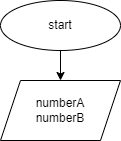
PolinaKulikova/First_Homework keeps this draw.io diagram as Task_1/diagram1.drawio.png. Above is the earlier version. Source tidied: cells renumbered, new cells last; positions are measured from the earlier drawing's top-left corner, leaving out a move shared by most shapes. The source it was exported from:
```xml
<mxGraphModel>
  <root>
    <mxCell id="0" />
    <mxCell id="1" parent="0" />
    <mxCell id="2" style="edgeStyle=none;html=1;" parent="1" edge="1" source="3" target="4">
      <mxGeometry relative="1" as="geometry" />
    </mxCell>
    <mxCell id="3" value="start" style="ellipse;whiteSpace=wrap;html=1;" parent="1" vertex="1">
      <mxGeometry width="120" height="50" as="geometry" />
    </mxCell>
    <mxCell id="4" value="numberA&lt;br&gt;numberB" style="shape=parallelogram;perimeter=parallelogramPerimeter;whiteSpace=wrap;html=1;fixedSize=1;" parent="1" vertex="1">
      <mxGeometry y="80" width="120" height="60" as="geometry" />
    </mxCell>
  </root>
</mxGraphModel>
```
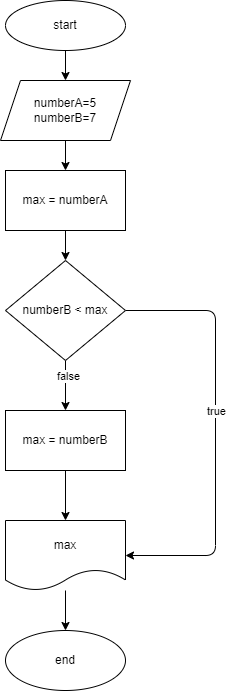
Later version of the same file.

Commit message:
Диаграмма готова1

The edit, as a diff of the source:
```diff
@@ -8,8 +8,52 @@
     <mxCell id="3" value="start" style="ellipse;whiteSpace=wrap;html=1;" parent="1" vertex="1">
       <mxGeometry width="120" height="50" as="geometry" />
     </mxCell>
+    <mxCell id="5" style="edgeStyle=none;html=1;" parent="1" edge="1" source="4" target="7">
+      <mxGeometry relative="1" as="geometry" />
+    </mxCell>
-    <mxCell id="4" value="numberA&lt;br&gt;numberB" style="shape=parallelogram;perimeter=parallelogramPerimeter;whiteSpace=wrap;html=1;fixedSize=1;" parent="1" vertex="1">
-      <mxGeometry y="80" width="120" height="60" as="geometry" />
+    <mxCell id="4" value="numberA=5&lt;br&gt;numberB=7" style="shape=parallelogram;perimeter=parallelogramPerimeter;whiteSpace=wrap;html=1;fixedSize=1;" parent="1" vertex="1">
+      <mxGeometry x="-5" y="80" width="130" height="60" as="geometry" />
     </mxCell>
+    <mxCell id="6" style="edgeStyle=none;html=1;" parent="1" edge="1" source="7" target="12">
+      <mxGeometry relative="1" as="geometry" />
+    </mxCell>
+    <mxCell id="7" value="max = numberA" style="whiteSpace=wrap;html=1;" parent="1" vertex="1">
+      <mxGeometry y="170" width="120" height="60" as="geometry" />
+    </mxCell>
+    <mxCell id="8" style="edgeStyle=none;html=1;" parent="1" edge="1" source="12" target="16">
+      <mxGeometry relative="1" as="geometry" />
+    </mxCell>
+    <mxCell id="9" value="false" style="edgeLabel;html=1;align=center;verticalAlign=middle;" parent="8" vertex="1">
+      <mxGeometry x="-0.41" y="2" relative="1" as="geometry" />
+    </mxCell>
+    <mxCell id="10" style="edgeStyle=none;html=1;entryX=1;entryY=0.5;entryDx=0;entryDy=0;" parent="1" edge="1" source="12" target="14">
+      <mxGeometry relative="1" as="geometry">
+        <Array as="points">
+          <mxPoint x="210" y="310" />
+          <mxPoint x="210" y="555" />
+        </Array>
+      </mxGeometry>
+    </mxCell>
+    <mxCell id="11" value="true" style="edgeLabel;html=1;align=center;verticalAlign=middle;" parent="10" vertex="1">
+      <mxGeometry x="-0.11" relative="1" as="geometry" />
+    </mxCell>
+    <mxCell id="12" value="numberB &amp;lt; max" style="rhombus;whiteSpace=wrap;html=1;" parent="1" vertex="1">
+      <mxGeometry y="260" width="120" height="100" as="geometry" />
+    </mxCell>
+    <mxCell id="13" style="edgeStyle=none;html=1;" parent="1" edge="1" source="14" target="17">
+      <mxGeometry relative="1" as="geometry" />
+    </mxCell>
+    <mxCell id="14" value="max" style="shape=document;whiteSpace=wrap;html=1;boundedLbl=1;" parent="1" vertex="1">
+      <mxGeometry y="520" width="120" height="70" as="geometry" />
+    </mxCell>
+    <mxCell id="15" style="edgeStyle=none;html=1;" parent="1" edge="1" source="16" target="14">
+      <mxGeometry relative="1" as="geometry" />
+    </mxCell>
+    <mxCell id="16" value="max = numberB" style="whiteSpace=wrap;html=1;" parent="1" vertex="1">
+      <mxGeometry y="410" width="120" height="60" as="geometry" />
+    </mxCell>
+    <mxCell id="17" value="end" style="ellipse;whiteSpace=wrap;html=1;" parent="1" vertex="1">
+      <mxGeometry y="630" width="120" height="60" as="geometry" />
+    </mxCell>
   </root>
 </mxGraphModel>
```
